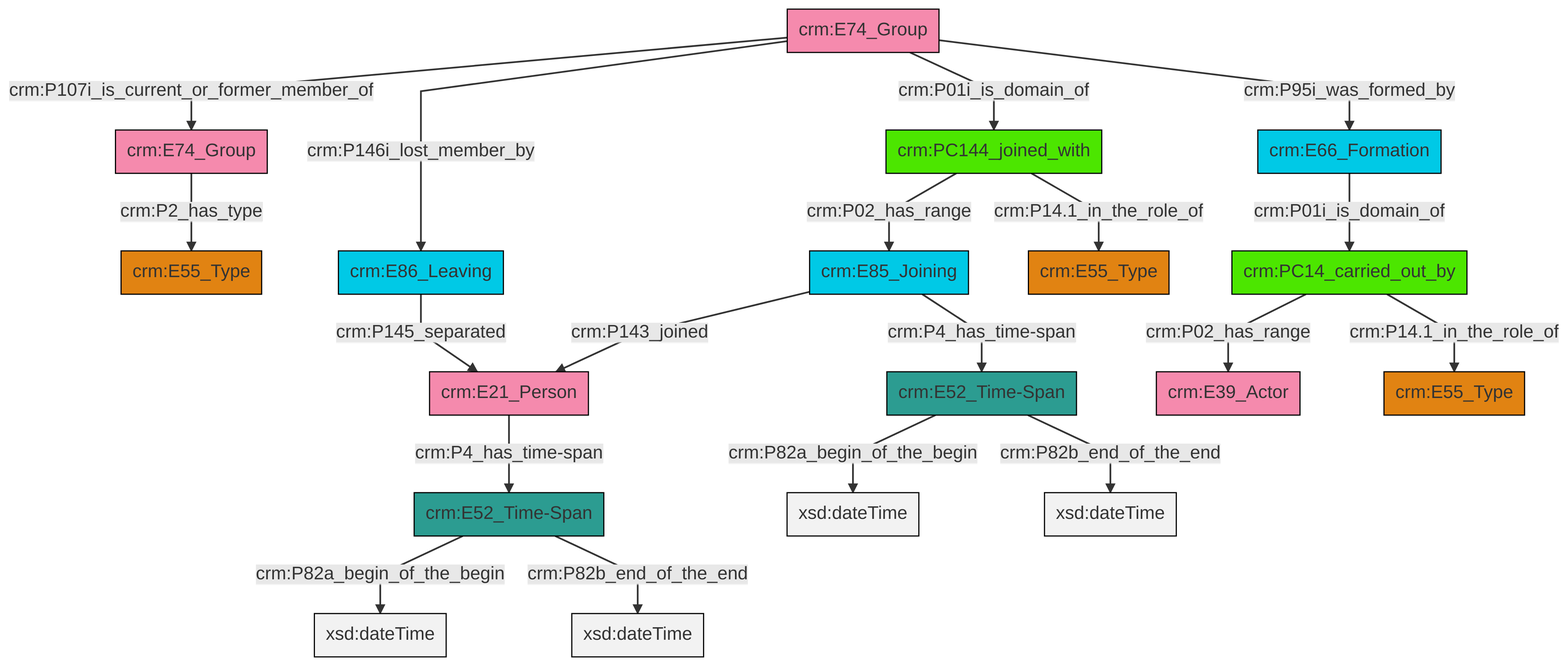
Earlier version of the Mermaid export et/groupCSV/ttl/mmd/png/group_actor_relations.png (swiss-art-research-net/reference-data-models). Its source is kept beside it as et/groupCSV/ttl/mmd/group_actor_relations.ttl.mmd.
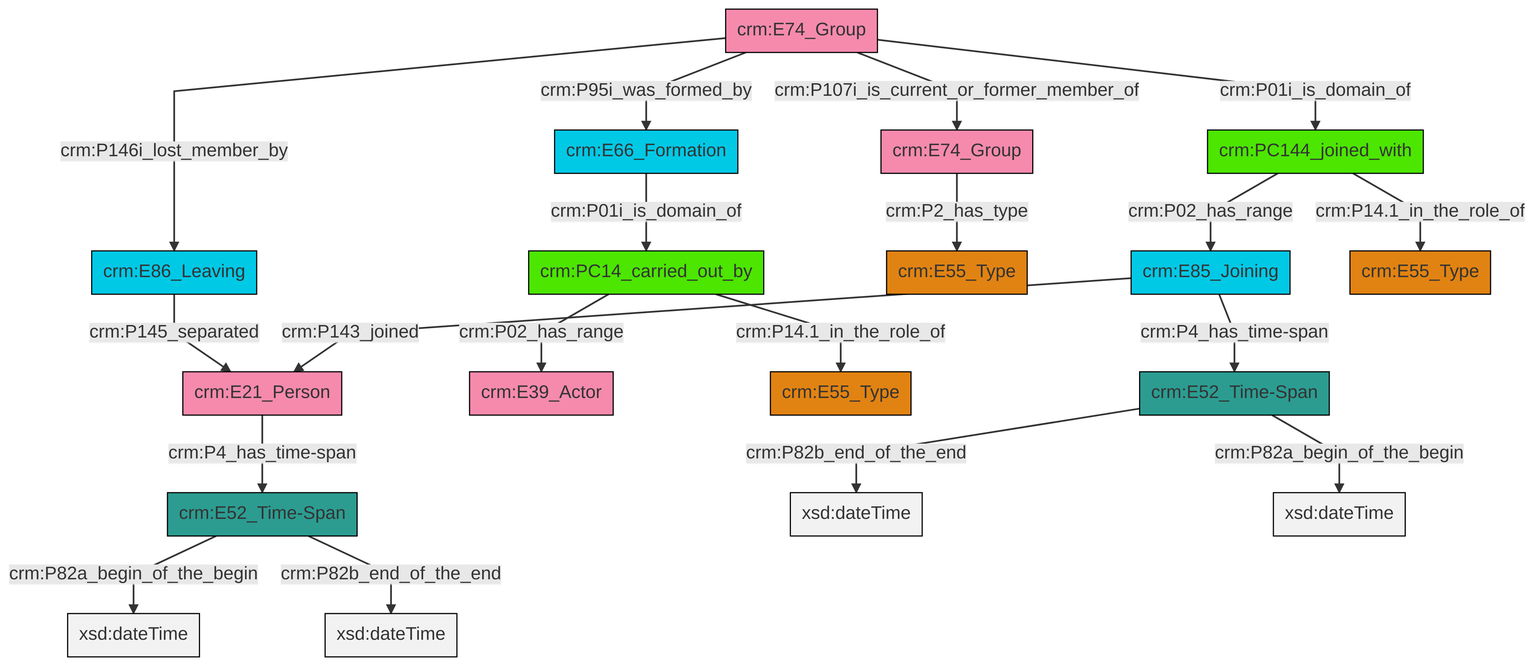
Above is the later version.

Change to the diagram source:
```diff
@@ -13,21 +13,21 @@
 classDef PC_Classes fill:#4ce600, stroke:#000000;
 classDef Multi fill:#cccccc,stroke:#000000;
 
-2["crm:E74_Group"]:::Actor -->|crm:P2_has_type| 3["crm:E55_Type"]:::Type
-0["crm:E86_Leaving"]:::Temporal_Entity -->|crm:P145_separated| 4["crm:E21_Person"]:::Actor
-5["crm:E74_Group"]:::Actor -->|crm:P107i_is_current_or_former_member_of| 2["crm:E74_Group"]:::Actor
-8["crm:E85_Joining"]:::Temporal_Entity -->|crm:P143_joined| 4["crm:E21_Person"]:::Actor
-5["crm:E74_Group"]:::Actor -->|crm:P146i_lost_member_by| 0["crm:E86_Leaving"]:::Temporal_Entity
-9["crm:E52_Time-Span"]:::Time-Span -->|crm:P82a_begin_of_the_begin| 10[xsd:dateTime]:::Literal
-4["crm:E21_Person"]:::Actor -->|crm:P4_has_time-span| 11["crm:E52_Time-Span"]:::Time-Span
-11["crm:E52_Time-Span"]:::Time-Span -->|crm:P82a_begin_of_the_begin| 14[xsd:dateTime]:::Literal
-17["crm:PC14_carried_out_by"]:::PC_Classes -->|crm:P02_has_range| 6["crm:E39_Actor"]:::Actor
-5["crm:E74_Group"]:::Actor -->|crm:P01i_is_domain_of| 18["crm:PC144_joined_with"]:::PC_Classes
-8["crm:E85_Joining"]:::Temporal_Entity -->|crm:P4_has_time-span| 9["crm:E52_Time-Span"]:::Time-Span
-18["crm:PC144_joined_with"]:::PC_Classes -->|crm:P02_has_range| 8["crm:E85_Joining"]:::Temporal_Entity
-9["crm:E52_Time-Span"]:::Time-Span -->|crm:P82b_end_of_the_end| 21[xsd:dateTime]:::Literal
-11["crm:E52_Time-Span"]:::Time-Span -->|crm:P82b_end_of_the_end| 22[xsd:dateTime]:::Literal
-17["crm:PC14_carried_out_by"]:::PC_Classes -->|crm:P14.1_in_the_role_of| 15["crm:E55_Type"]:::Type
-18["crm:PC144_joined_with"]:::PC_Classes -->|crm:P14.1_in_the_role_of| 26["crm:E55_Type"]:::Type
-5["crm:E74_Group"]:::Actor -->|crm:P95i_was_formed_by| 23["crm:E66_Formation"]:::Temporal_Entity
-23["crm:E66_Formation"]:::Temporal_Entity -->|crm:P01i_is_domain_of| 17["crm:PC14_carried_out_by"]:::PC_Classes
+0["crm:E21_Person"]:::Actor -->|crm:P4_has_time-span| 1["crm:E52_Time-Span"]:::Time-Span
+4["crm:PC14_carried_out_by"]:::PC_Classes -->|crm:P02_has_range| 2["crm:E39_Actor"]:::Actor
+5["crm:E86_Leaving"]:::Temporal_Entity -->|crm:P145_separated| 0["crm:E21_Person"]:::Actor
+8["crm:E66_Formation"]:::Temporal_Entity -->|crm:P01i_is_domain_of| 4["crm:PC14_carried_out_by"]:::PC_Classes
+14["crm:E52_Time-Span"]:::Time-Span -->|crm:P82b_end_of_the_end| 16[xsd:dateTime]:::Literal
+12["crm:E74_Group"]:::Actor -->|crm:P107i_is_current_or_former_member_of| 18["crm:E74_Group"]:::Actor
+19["crm:PC144_joined_with"]:::PC_Classes -->|crm:P02_has_range| 20["crm:E85_Joining"]:::Temporal_Entity
+12["crm:E74_Group"]:::Actor -->|crm:P01i_is_domain_of| 19["crm:PC144_joined_with"]:::PC_Classes
+1["crm:E52_Time-Span"]:::Time-Span -->|crm:P82a_begin_of_the_begin| 24[xsd:dateTime]:::Literal
+1["crm:E52_Time-Span"]:::Time-Span -->|crm:P82b_end_of_the_end| 25[xsd:dateTime]:::Literal
+19["crm:PC144_joined_with"]:::PC_Classes -->|crm:P14.1_in_the_role_of| 26["crm:E55_Type"]:::Type
+4["crm:PC14_carried_out_by"]:::PC_Classes -->|crm:P14.1_in_the_role_of| 6["crm:E55_Type"]:::Type
+20["crm:E85_Joining"]:::Temporal_Entity -->|crm:P4_has_time-span| 14["crm:E52_Time-Span"]:::Time-Span
+20["crm:E85_Joining"]:::Temporal_Entity -->|crm:P143_joined| 0["crm:E21_Person"]:::Actor
+12["crm:E74_Group"]:::Actor -->|crm:P95i_was_formed_by| 8["crm:E66_Formation"]:::Temporal_Entity
+18["crm:E74_Group"]:::Actor -->|crm:P2_has_type| 10["crm:E55_Type"]:::Type
+14["crm:E52_Time-Span"]:::Time-Span -->|crm:P82a_begin_of_the_begin| 33[xsd:dateTime]:::Literal
+12["crm:E74_Group"]:::Actor -->|crm:P146i_lost_member_by| 5["crm:E86_Leaving"]:::Temporal_Entity
```
